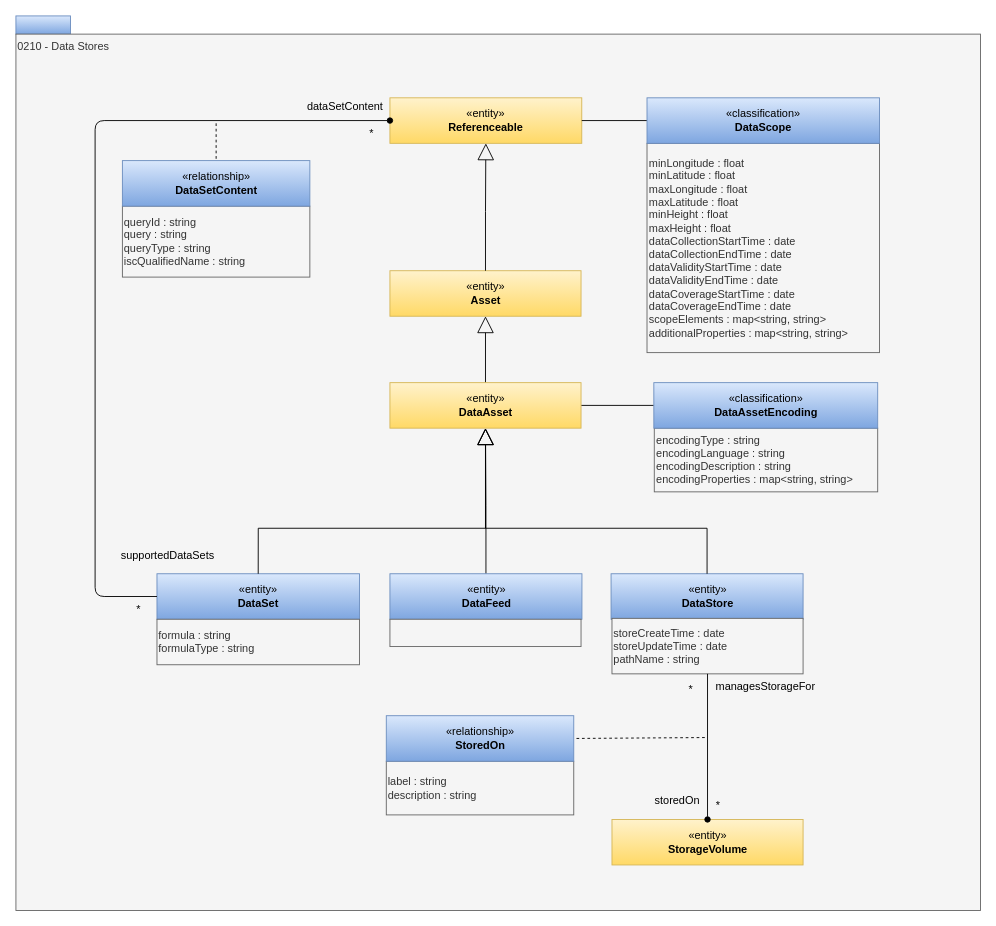
Before: page "0210-Data-Stores" (4 of 26) of site/docs/types/2/area-2-assets.drawio in odpi/egeria-docs, a draw.io diagram. Source tidied: cells renumbered, new cells numbered last; positions are measured from the earlier drawing's top-left corner, leaving out a move shared by most shapes. Both pictures are drawn from the tidied source at 91%, with x=0, y=0 at pixel (15, 15).
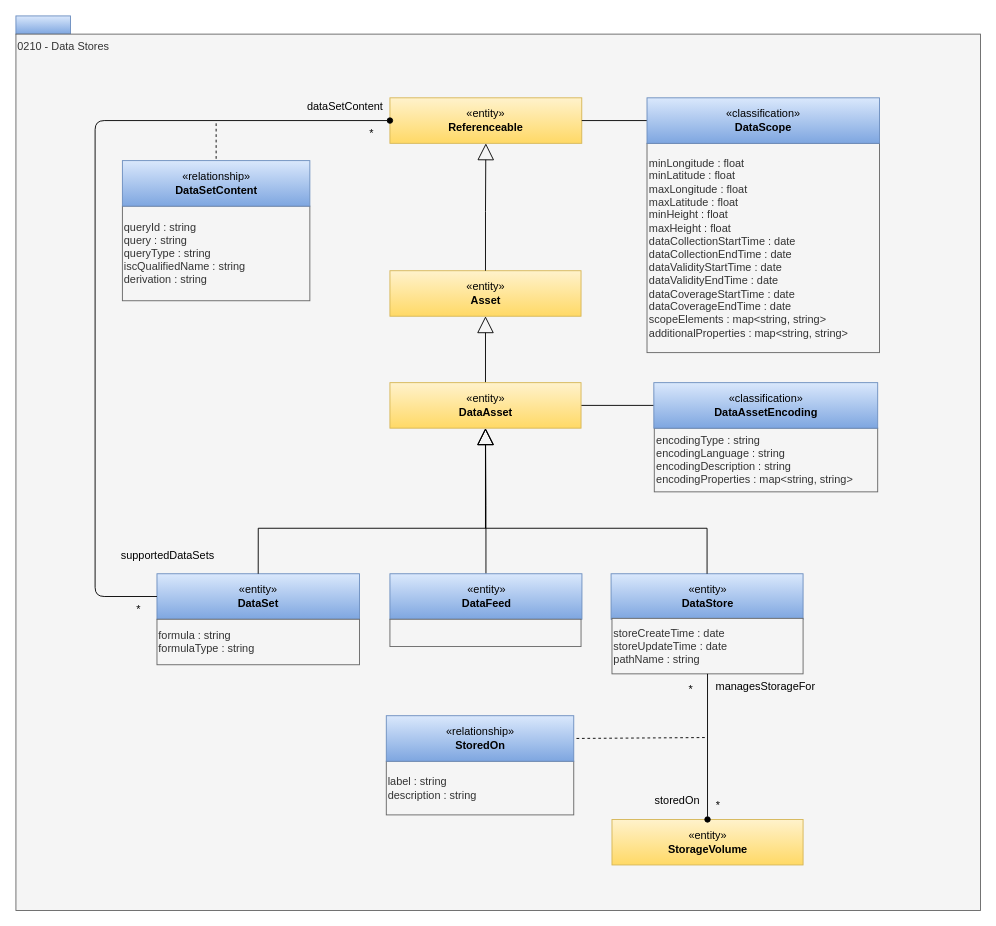
Above is the later version.

Change to the diagram source:
```diff
@@
-    <mxCell id="13" value="queryId : string&lt;br&gt;query : string&lt;div&gt;queryType : string&lt;/div&gt;&lt;div&gt;iscQualifiedName : string&lt;/div&gt;" style="rounded=0;whiteSpace=wrap;html=1;strokeColor=#666666;align=left;fillColor=#f5f5f5;fontColor=#333333;" parent="1" vertex="1">
-      <mxGeometry x="117" y="209" width="206" height="78" as="geometry" />
+    <mxCell id="13" value="queryId : string&lt;br&gt;query : string&lt;div&gt;queryType : string&lt;/div&gt;&lt;div&gt;iscQualifiedName : string&lt;/div&gt;&lt;div&gt;derivation : string&lt;/div&gt;" style="rounded=0;whiteSpace=wrap;html=1;strokeColor=#666666;align=left;fillColor=#f5f5f5;fontColor=#333333;" parent="1" vertex="1">
+      <mxGeometry x="117" y="209" width="206" height="104" as="geometry" />
     </mxCell>
```
